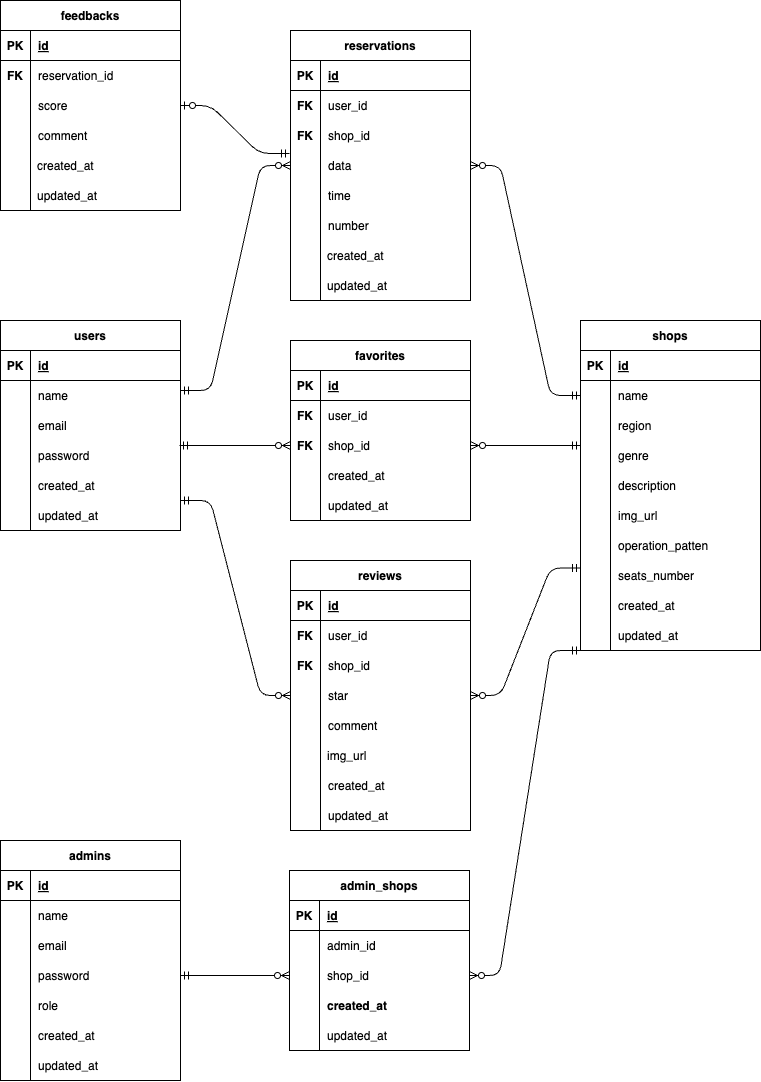
Shinji-0323/Rese keeps this draw.io diagram as Rese.png. Above is the earlier version. Source tidied: cells renumbered, new cells last; positions are measured from the earlier drawing's top-left corner, leaving out a move shared by most shapes.
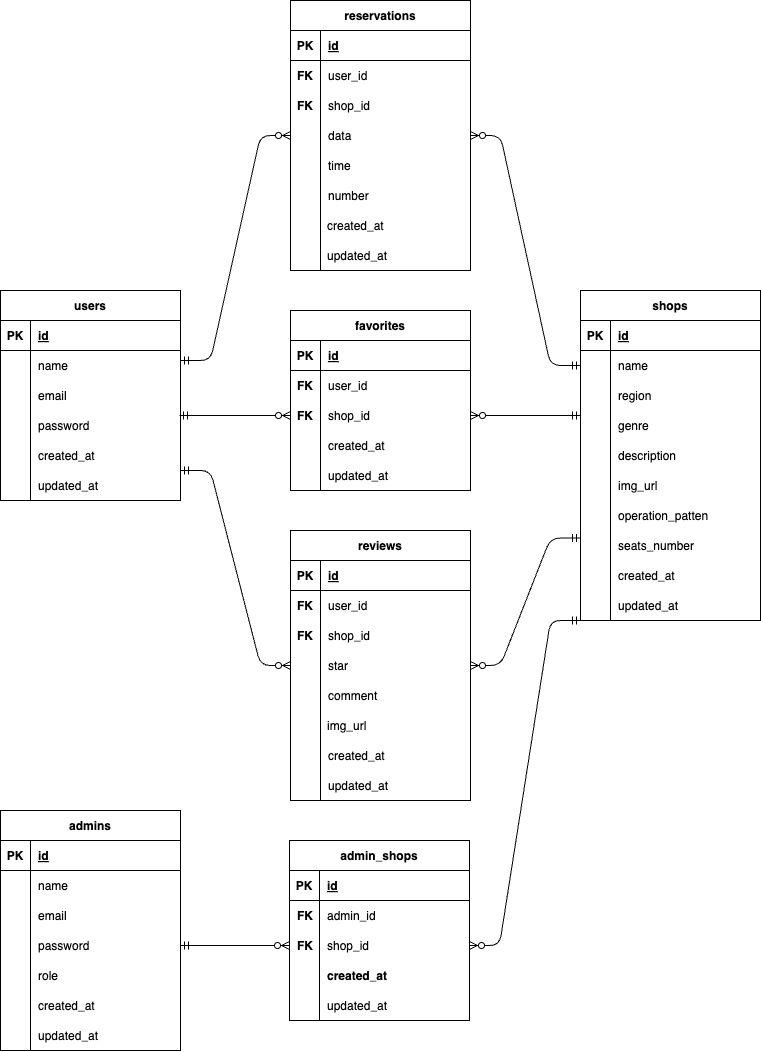
After the commit.

What changed in the source:
```diff
@@ -429,62 +429,11 @@
     <mxCell id="134" style="edgeStyle=entityRelationEdgeStyle;fontSize=12;html=1;endArrow=ERzeroToMany;startArrow=ERmandOne;entryX=1;entryY=0.5;entryDx=0;entryDy=0;exitX=0;exitY=1;exitDx=0;exitDy=0;" parent="1" edge="1" source="18" target="119">
       <mxGeometry relative="1" as="geometry" />
     </mxCell>
-    <mxCell id="135" value="feedbacks" style="shape=table;startSize=30;rowLines=0;fontStyle=1;align=center;" parent="1" vertex="1">
-      <mxGeometry width="180" height="210" as="geometry" />
-    </mxCell>
-    <mxCell id="136" style="shape=tableRow;horizontal=0;startSize=0;swimlaneHead=0;swimlaneBody=0;fillColor=none;top=0;left=0;right=0;bottom=1;" parent="135" vertex="1">
-      <mxGeometry y="30" width="180" height="30" as="geometry" />
-    </mxCell>
-    <mxCell id="137" value="PK" style="shape=partialRectangle;fillColor=none;top=0;left=0;bottom=0;right=0;fontStyle=1;overflow=hidden;" parent="136" vertex="1">
-      <mxGeometry width="30" height="30" as="geometry" />
-    </mxCell>
-    <mxCell id="138" value="id" style="shape=partialRectangle;fillColor=none;top=0;left=0;bottom=0;right=0;align=left;spacingLeft=6;fontStyle=5;overflow=hidden;" parent="136" vertex="1">
-      <mxGeometry x="30" width="150" height="30" as="geometry" />
-    </mxCell>
-    <mxCell id="139" style="shape=tableRow;horizontal=0;startSize=0;swimlaneHead=0;swimlaneBody=0;fillColor=none;top=0;left=0;right=0;bottom=0;" parent="135" vertex="1">
-      <mxGeometry y="60" width="180" height="30" as="geometry" />
-    </mxCell>
-    <mxCell id="140" style="shape=partialRectangle;fillColor=none;top=0;left=0;bottom=0;right=0;overflow=hidden;" parent="139" vertex="1">
-      <mxGeometry width="30" height="30" as="geometry" />
-    </mxCell>
-    <mxCell id="141" value="reservation_id" style="shape=partialRectangle;fillColor=none;top=0;left=0;bottom=0;right=0;align=left;spacingLeft=6;overflow=hidden;" parent="139" vertex="1">
-      <mxGeometry x="30" width="150" height="30" as="geometry" />
-    </mxCell>
-    <mxCell id="142" style="shape=tableRow;horizontal=0;startSize=0;swimlaneHead=0;swimlaneBody=0;fillColor=none;points=[[0,0.5],[1,0.5]];portConstraint=eastwest;top=0;left=0;right=0;bottom=0;" parent="135" vertex="1">
-      <mxGeometry y="90" width="180" height="30" as="geometry" />
-    </mxCell>
-    <mxCell id="143" style="shape=partialRectangle;fillColor=none;top=0;left=0;bottom=0;right=0;overflow=hidden;" parent="142" vertex="1">
-      <mxGeometry width="30" height="30" as="geometry" />
-    </mxCell>
-    <mxCell id="144" value="score" style="shape=partialRectangle;fillColor=none;top=0;left=0;bottom=0;right=0;align=left;spacingLeft=6;overflow=hidden;" parent="142" vertex="1">
-      <mxGeometry x="30" width="150" height="30" as="geometry" />
-    </mxCell>
-    <mxCell id="145" style="shape=tableRow;horizontal=0;startSize=0;swimlaneHead=0;swimlaneBody=0;fillColor=none;top=0;left=0;right=0;bottom=0;" parent="135" vertex="1">
-      <mxGeometry y="120" width="180" height="30" as="geometry" />
-    </mxCell>
-    <mxCell id="146" style="shape=partialRectangle;fillColor=none;top=0;left=0;bottom=0;right=0;overflow=hidden;" parent="145" vertex="1">
-      <mxGeometry width="30" height="30" as="geometry" />
-    </mxCell>
-    <mxCell id="147" value="comment" style="shape=partialRectangle;fillColor=none;top=0;left=0;bottom=0;right=0;align=left;spacingLeft=6;overflow=hidden;" parent="145" vertex="1">
-      <mxGeometry x="30" width="150" height="30" as="geometry" />
-    </mxCell>
-    <mxCell id="148" style="endArrow=none;html=1;" parent="1" edge="1">
-      <mxGeometry relative="1" as="geometry">
-        <mxPoint x="30" y="210" as="sourcePoint" />
-        <mxPoint x="30" y="150" as="targetPoint" />
-      </mxGeometry>
-    </mxCell>
-    <mxCell id="149" value="created_at" style="shape=partialRectangle;fillColor=none;top=0;left=0;bottom=0;right=0;align=left;spacingLeft=6;overflow=hidden;" parent="1" vertex="1">
-      <mxGeometry x="29" y="150" width="150" height="30" as="geometry" />
-    </mxCell>
-    <mxCell id="150" value="updated_at" style="shape=partialRectangle;fillColor=none;top=0;left=0;bottom=0;right=0;align=left;spacingLeft=6;overflow=hidden;" parent="1" vertex="1">
-      <mxGeometry x="29" y="180" width="150" height="30" as="geometry" />
-    </mxCell>
+    <mxCell id="152" value="FK" style="shape=partialRectangle;fillColor=none;top=0;left=0;bottom=0;right=0;fontStyle=1;overflow=hidden;" parent="1" vertex="1">
+      <mxGeometry x="290" y="930" width="30" height="30" as="geometry" />
+    </mxCell>
     <mxCell id="151" value="FK" style="shape=partialRectangle;fillColor=none;top=0;left=0;bottom=0;right=0;fontStyle=1;overflow=hidden;" parent="1" vertex="1">
-      <mxGeometry y="60" width="30" height="30" as="geometry" />
+      <mxGeometry x="290" y="960" width="30" height="30" as="geometry" />
     </mxCell>
-    <mxCell id="152" style="edgeStyle=entityRelationEdgeStyle;fontSize=12;html=1;endArrow=ERzeroToOne;startArrow=ERmandOne;entryX=1;entryY=0.5;entryDx=0;entryDy=0;exitX=-0.006;exitY=0.1;exitDx=0;exitDy=0;exitPerimeter=0;" parent="1" edge="1" source="48" target="142">
-      <mxGeometry relative="1" as="geometry" />
-    </mxCell>
   </root>
 </mxGraphModel>
```
